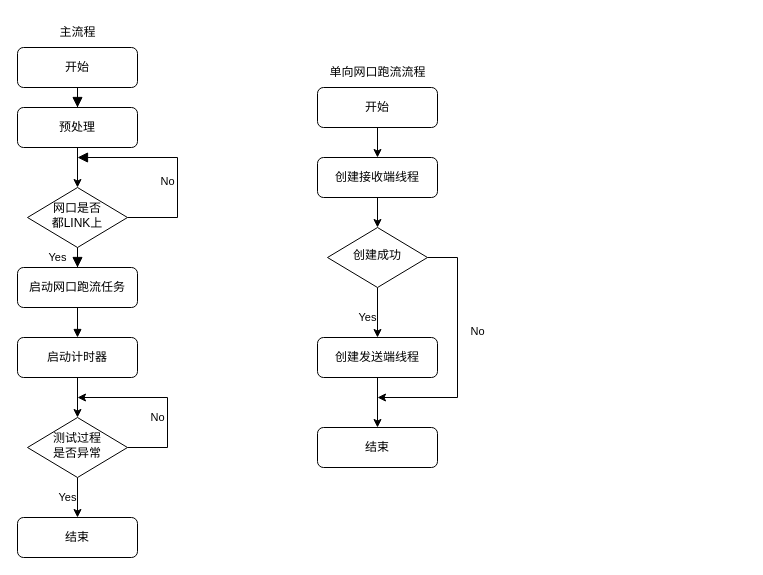
Above: a300.drawio in waterwatermelon/graph (draw.io), before the change. Source tidied: cells renumbered, new cells numbered last; positions are measured from the earlier drawing's top-left corner, leaving out a move shared by most shapes. Both pictures are drawn from the tidied source at 100%, with x=0, y=0 at pixel (17, 17).
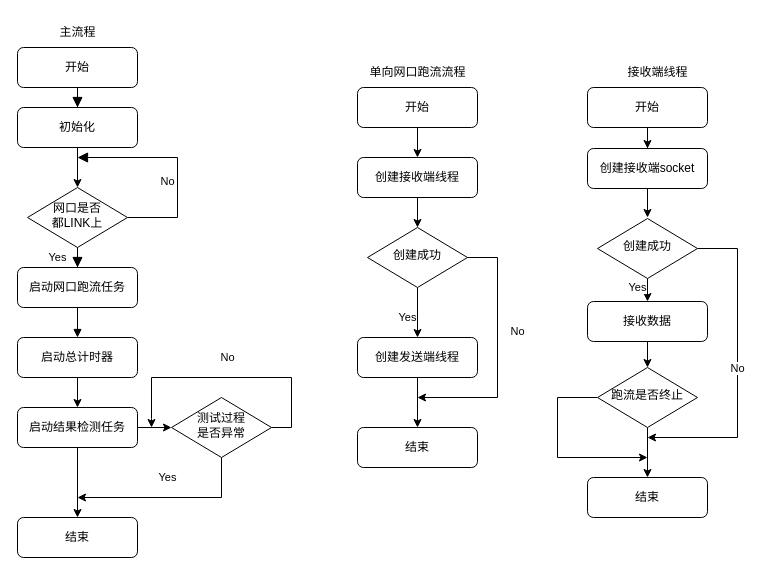
The same page after the edit.

Unchanged cells that the change refers to:
```xml
<mxCell id="9" value="结束" style="rounded=1;whiteSpace=wrap;html=1;fontSize=12;glass=0;strokeWidth=1;shadow=0;" parent="1" vertex="1">
  <mxGeometry y="500" width="120" height="40" as="geometry" />
</mxCell>
```

Diff of the diagram source:
```diff
@@
-    <mxCell id="10" style="edgeStyle=orthogonalEdgeStyle;rounded=0;jettySize=auto;html=1;exitX=0.5;exitY=1;exitDx=0;exitDy=0;entryX=0.5;entryY=0;entryDx=0;entryDy=0;" parent="1" edge="1" source="11" target="14">
-      <mxGeometry relative="1" as="geometry" />
-    </mxCell>
+    <mxCell id="29" style="edgeStyle=orthogonalEdgeStyle;rounded=0;jettySize=auto;html=1;exitX=0.5;exitY=1;exitDx=0;exitDy=0;entryX=0.5;entryY=0;entryDx=0;entryDy=0;" parent="1" edge="1" source="11" target="34">
+      <mxGeometry relative="1" as="geometry" />
+    </mxCell>
-    <mxCell id="11" value="启动计时器" style="rounded=1;whiteSpace=wrap;html=1;fontSize=12;glass=0;strokeWidth=1;shadow=0;" parent="1" vertex="1">
+    <mxCell id="11" value="启动总计时器" style="rounded=1;whiteSpace=wrap;html=1;fontSize=12;glass=0;strokeWidth=1;shadow=0;" parent="1" vertex="1">
       <mxGeometry y="320" width="120" height="40" as="geometry" />
     </mxCell>
-    <mxCell id="12" value="Yes" style="edgeStyle=orthogonalEdgeStyle;rounded=0;jettySize=auto;html=1;exitX=0.5;exitY=1;exitDx=0;exitDy=0;entryX=0.5;entryY=0;entryDx=0;entryDy=0;" parent="1" edge="1" source="14" target="9">
-      <mxGeometry y="-10" relative="1" as="geometry" />
-    </mxCell>
-    <mxCell id="13" value="No" style="edgeStyle=orthogonalEdgeStyle;rounded=0;jettySize=auto;html=1;exitX=1;exitY=0.5;exitDx=0;exitDy=0;" parent="1" edge="1" source="14">
-      <mxGeometry x="-0.22" y="10" relative="1" as="geometry">
-        <mxPoint x="60" y="380" as="targetPoint" />
-        <Array as="points">
-          <mxPoint x="150" y="430" />
-          <mxPoint x="150" y="380" />
-        </Array>
-      </mxGeometry>
-    </mxCell>
+    <mxCell id="30" value="Yes" style="edgeStyle=orthogonalEdgeStyle;rounded=0;jettySize=auto;html=1;exitX=0.5;exitY=1;exitDx=0;exitDy=0;" parent="1" edge="1" source="14">
+      <mxGeometry x="0.02" y="-20" relative="1" as="geometry">
+        <mxPoint x="60" y="480" as="targetPoint" />
+        <Array as="points">
+          <mxPoint x="204" y="480" />
+        </Array>
+      </mxGeometry>
+    </mxCell>
+    <mxCell id="31" value="No" style="edgeStyle=orthogonalEdgeStyle;rounded=0;jettySize=auto;html=1;exitX=1;exitY=0.5;exitDx=0;exitDy=0;" parent="1" edge="1" source="14">
+      <mxGeometry x="0.03" y="-20" relative="1" as="geometry">
+        <mxPoint x="134" y="410" as="targetPoint" />
+        <Array as="points">
+          <mxPoint x="274" y="410" />
+          <mxPoint x="274" y="360" />
+          <mxPoint x="134" y="360" />
+          <mxPoint x="134" y="401" />
+        </Array>
+      </mxGeometry>
+    </mxCell>
     <mxCell id="14" value="测试过程&lt;br&gt;是否异常" style="rhombus;whiteSpace=wrap;html=1;shadow=0;fontFamily=Helvetica;fontSize=12;align=center;strokeWidth=1;spacing=6;spacingTop=-4;" parent="1" vertex="1">
-      <mxGeometry x="10" y="400" width="100" height="60" as="geometry" />
+      <mxGeometry x="154" y="380" width="100" height="60" as="geometry" />
     </mxCell>
     <mxCell id="15" value="单向网口跑流流程" style="text;html=1;align=center;verticalAlign=middle;strokeColor=none;fillColor=none;" parent="1" vertex="1">
-      <mxGeometry x="300" y="40" width="120" height="30" as="geometry" />
+      <mxGeometry x="340" y="40" width="120" height="30" as="geometry" />
     </mxCell>
@@
     <mxCell id="18" value="开始" style="rounded=1;whiteSpace=wrap;html=1;fontSize=12;glass=0;strokeWidth=1;shadow=0;" parent="1" vertex="1">
-      <mxGeometry x="300" y="70" width="120" height="40" as="geometry" />
+      <mxGeometry x="340" y="70" width="120" height="40" as="geometry" />
     </mxCell>
@@
     <mxCell id="20" value="创建发送端线程" style="rounded=1;whiteSpace=wrap;html=1;fontSize=12;glass=0;strokeWidth=1;shadow=0;" parent="1" vertex="1">
-      <mxGeometry x="300" y="320" width="120" height="40" as="geometry" />
+      <mxGeometry x="340" y="320" width="120" height="40" as="geometry" />
     </mxCell>
@@
     <mxCell id="22" value="创建接收端线程" style="rounded=1;whiteSpace=wrap;html=1;fontSize=12;glass=0;strokeWidth=1;shadow=0;" parent="1" vertex="1">
-      <mxGeometry x="300" y="140" width="120" height="40" as="geometry" />
+      <mxGeometry x="340" y="140" width="120" height="40" as="geometry" />
     </mxCell>
     <mxCell id="23" value="结束" style="rounded=1;whiteSpace=wrap;html=1;fontSize=12;glass=0;strokeWidth=1;shadow=0;" parent="1" vertex="1">
-      <mxGeometry x="300" y="410" width="120" height="40" as="geometry" />
+      <mxGeometry x="340" y="410" width="120" height="40" as="geometry" />
     </mxCell>
     <mxCell id="24" value="No" style="edgeStyle=orthogonalEdgeStyle;rounded=0;jettySize=auto;html=1;exitX=1;exitY=0.5;exitDx=0;exitDy=0;" parent="1" edge="1" source="26">
       <mxGeometry x="-0.17" y="20" relative="1" as="geometry">
-        <mxPoint x="360" y="380" as="targetPoint" />
+        <mxPoint x="400" y="380" as="targetPoint" />
         <Array as="points">
-          <mxPoint x="440" y="240" />
-          <mxPoint x="440" y="380" />
+          <mxPoint x="480" y="240" />
+          <mxPoint x="480" y="380" />
         </Array>
       </mxGeometry>
     </mxCell>
@@
     <mxCell id="26" value="创建成功" style="rhombus;whiteSpace=wrap;html=1;shadow=0;fontFamily=Helvetica;fontSize=12;align=center;strokeWidth=1;spacing=6;spacingTop=-4;" parent="1" vertex="1">
-      <mxGeometry x="310" y="210" width="100" height="60" as="geometry" />
+      <mxGeometry x="350" y="210" width="100" height="60" as="geometry" />
     </mxCell>
@@
-    <mxCell id="28" value="预处理" style="rounded=1;whiteSpace=wrap;html=1;fontSize=12;glass=0;strokeWidth=1;shadow=0;" parent="1" vertex="1">
+    <mxCell id="28" value="初始化" style="rounded=1;whiteSpace=wrap;html=1;fontSize=12;glass=0;strokeWidth=1;shadow=0;" parent="1" vertex="1">
       <mxGeometry y="90" width="120" height="40" as="geometry" />
     </mxCell>
+    <mxCell id="32" style="edgeStyle=orthogonalEdgeStyle;rounded=0;jettySize=auto;html=1;exitX=0.5;exitY=1;exitDx=0;exitDy=0;entryX=0.5;entryY=0;entryDx=0;entryDy=0;" parent="1" edge="1" source="34" target="9">
+      <mxGeometry relative="1" as="geometry" />
+    </mxCell>
+    <mxCell id="33" style="edgeStyle=orthogonalEdgeStyle;rounded=0;jettySize=auto;html=1;exitX=1;exitY=0.5;exitDx=0;exitDy=0;entryX=0;entryY=0.5;entryDx=0;entryDy=0;" parent="1" edge="1" source="34" target="14">
+      <mxGeometry relative="1" as="geometry" />
+    </mxCell>
+    <mxCell id="34" value="启动结果检测任务" style="rounded=1;whiteSpace=wrap;html=1;fontSize=12;glass=0;strokeWidth=1;shadow=0;" parent="1" vertex="1">
+      <mxGeometry y="390" width="120" height="40" as="geometry" />
+    </mxCell>
+    <mxCell id="35" value="接收端线程" style="text;html=1;align=center;verticalAlign=middle;strokeColor=none;fillColor=none;" parent="1" vertex="1">
+      <mxGeometry x="600" y="40" width="80" height="30" as="geometry" />
+    </mxCell>
+    <mxCell id="36" style="edgeStyle=orthogonalEdgeStyle;rounded=0;jettySize=auto;html=1;" parent="1" edge="1" source="37" target="39">
+      <mxGeometry relative="1" as="geometry" />
+    </mxCell>
+    <mxCell id="37" value="开始" style="rounded=1;whiteSpace=wrap;html=1;fontSize=12;glass=0;strokeWidth=1;shadow=0;" parent="1" vertex="1">
+      <mxGeometry x="570" y="70" width="120" height="40" as="geometry" />
+    </mxCell>
+    <mxCell id="38" style="edgeStyle=orthogonalEdgeStyle;rounded=0;jettySize=auto;html=1;exitX=0.5;exitY=1;exitDx=0;exitDy=0;" parent="1" edge="1" source="39">
+      <mxGeometry relative="1" as="geometry">
+        <mxPoint x="630" y="200" as="targetPoint" />
+      </mxGeometry>
+    </mxCell>
+    <mxCell id="39" value="创建接收端socket" style="rounded=1;whiteSpace=wrap;html=1;fontSize=12;glass=0;strokeWidth=1;shadow=0;" parent="1" vertex="1">
+      <mxGeometry x="570" y="131" width="120" height="40" as="geometry" />
+    </mxCell>
+    <mxCell id="12" value="Yes" style="edgeStyle=orthogonalEdgeStyle;rounded=0;jettySize=auto;html=1;exitX=0.5;exitY=1;exitDx=0;exitDy=0;entryX=0.5;entryY=0;entryDx=0;entryDy=0;" parent="1" edge="1" source="41" target="44">
+      <mxGeometry x="-0.22" y="-10" relative="1" as="geometry">
+        <Array as="points">
+          <mxPoint x="630" y="280" />
+          <mxPoint x="630" y="280" />
+        </Array>
+      </mxGeometry>
+    </mxCell>
+    <mxCell id="40" value="No" style="edgeStyle=orthogonalEdgeStyle;rounded=0;jettySize=auto;html=1;exitX=1;exitY=0.5;exitDx=0;exitDy=0;" parent="1" edge="1" source="41">
+      <mxGeometry relative="1" as="geometry">
+        <mxPoint x="630" y="420" as="targetPoint" />
+        <Array as="points">
+          <mxPoint x="720" y="231" />
+          <mxPoint x="720" y="420" />
+        </Array>
+      </mxGeometry>
+    </mxCell>
+    <mxCell id="41" value="创建成功" style="rhombus;whiteSpace=wrap;html=1;shadow=0;fontFamily=Helvetica;fontSize=12;align=center;strokeWidth=1;spacing=6;spacingTop=-4;" parent="1" vertex="1">
+      <mxGeometry x="580" y="201" width="100" height="60" as="geometry" />
+    </mxCell>
+    <mxCell id="42" value="结束" style="rounded=1;whiteSpace=wrap;html=1;fontSize=12;glass=0;strokeWidth=1;shadow=0;" parent="1" vertex="1">
+      <mxGeometry x="570" y="460" width="120" height="40" as="geometry" />
+    </mxCell>
+    <mxCell id="43" style="edgeStyle=orthogonalEdgeStyle;rounded=0;jettySize=auto;html=1;exitX=0.5;exitY=1;exitDx=0;exitDy=0;entryX=0.5;entryY=0;entryDx=0;entryDy=0;" parent="1" edge="1" source="44" target="47">
+      <mxGeometry relative="1" as="geometry" />
+    </mxCell>
+    <mxCell id="44" value="接收数据" style="rounded=1;whiteSpace=wrap;html=1;fontSize=12;glass=0;strokeWidth=1;shadow=0;" parent="1" vertex="1">
+      <mxGeometry x="570" y="284" width="120" height="40" as="geometry" />
+    </mxCell>
+    <mxCell id="45" style="edgeStyle=orthogonalEdgeStyle;rounded=0;jettySize=auto;html=1;" parent="1" edge="1" source="47" target="42">
+      <mxGeometry relative="1" as="geometry" />
+    </mxCell>
+    <mxCell id="46" style="edgeStyle=orthogonalEdgeStyle;rounded=0;jettySize=auto;html=1;exitX=0;exitY=0.5;exitDx=0;exitDy=0;" parent="1" edge="1" source="47">
+      <mxGeometry relative="1" as="geometry">
+        <mxPoint x="630" y="440" as="targetPoint" />
+        <Array as="points">
+          <mxPoint x="540" y="380" />
+          <mxPoint x="540" y="440" />
+          <mxPoint x="631" y="440" />
+        </Array>
+      </mxGeometry>
+    </mxCell>
+    <mxCell id="47" value="跑流是否终止" style="rhombus;whiteSpace=wrap;html=1;shadow=0;fontFamily=Helvetica;fontSize=12;align=center;strokeWidth=1;spacing=6;spacingTop=-4;" parent="1" vertex="1">
+      <mxGeometry x="580" y="350" width="100" height="60" as="geometry" />
+    </mxCell>
```
